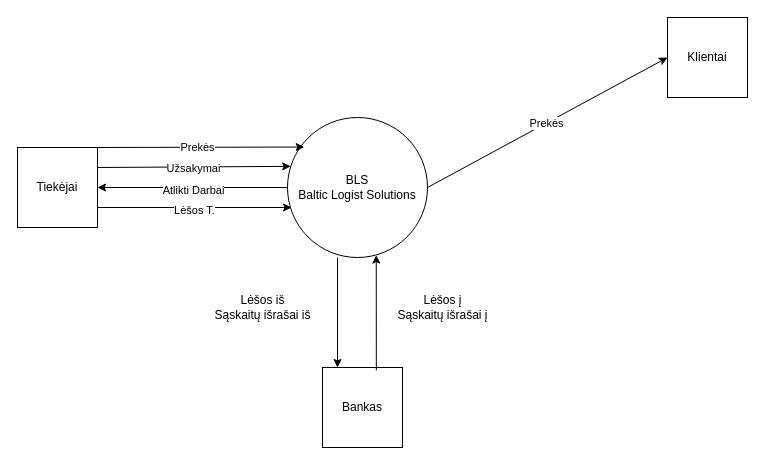
Earlier version of the draw.io diagram page "Pagrindinis Lygis" (1 of 4) of Untitled Diagram.drawio (D0mazo/Studijos). Source tidied: cells renumbered, new cells numbered last; positions are measured from the earlier drawing's top-left corner, leaving out a move shared by most shapes. Both pictures are drawn from the tidied source at 100%, with x=0, y=0 at pixel (17, 17).
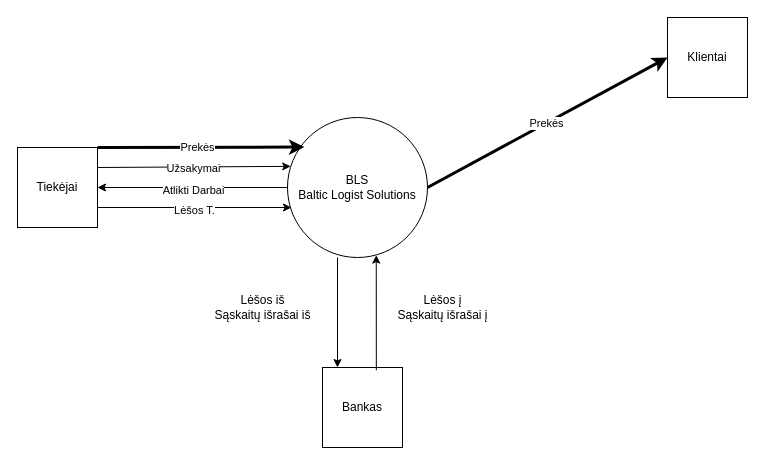
After the change.

Unchanged cells that the change refers to:
```xml
<mxCell id="2" value="BLS&lt;div&gt;Baltic Logist Solutions&lt;/div&gt;" style="ellipse;whiteSpace=wrap;html=1;" parent="1" vertex="1">
  <mxGeometry x="270" y="100" width="140" height="140" as="geometry" />
</mxCell>
<mxCell id="5" value="Klientai" style="whiteSpace=wrap;html=1;" parent="1" vertex="1">
  <mxGeometry x="650" width="80" height="80" as="geometry" />
</mxCell>
<mxCell id="6" value="Tiekėjai" style="whiteSpace=wrap;html=1;" parent="1" vertex="1">
  <mxGeometry y="130" width="80" height="80" as="geometry" />
</mxCell>
```

Diff of the diagram source:
```diff
@@
-    <mxCell id="3" style="endArrow=classic;html=1;rounded=0;exitX=1;exitY=0.5;exitDx=0;exitDy=0;entryX=0;entryY=0.5;entryDx=0;entryDy=0;" parent="1" edge="1" source="2" target="5">
+    <mxCell id="3" style="endArrow=classic;html=1;rounded=0;exitX=1;exitY=0.5;exitDx=0;exitDy=0;entryX=0;entryY=0.5;entryDx=0;entryDy=0;strokeWidth=3;" parent="1" edge="1" source="2" target="5">
       <mxGeometry relative="1" as="geometry" />
     </mxCell>
@@
-    <mxCell id="10" style="endArrow=classic;html=1;rounded=0;exitX=1;exitY=0;exitDx=0;exitDy=0;entryX=0.12;entryY=0.211;entryDx=0;entryDy=0;entryPerimeter=0;" parent="1" edge="1" source="6" target="2">
+    <mxCell id="10" style="endArrow=classic;html=1;rounded=0;exitX=1;exitY=0;exitDx=0;exitDy=0;entryX=0.12;entryY=0.211;entryDx=0;entryDy=0;entryPerimeter=0;strokeWidth=3;" parent="1" edge="1" source="6" target="2">
       <mxGeometry relative="1" as="geometry" />
     </mxCell>
```
